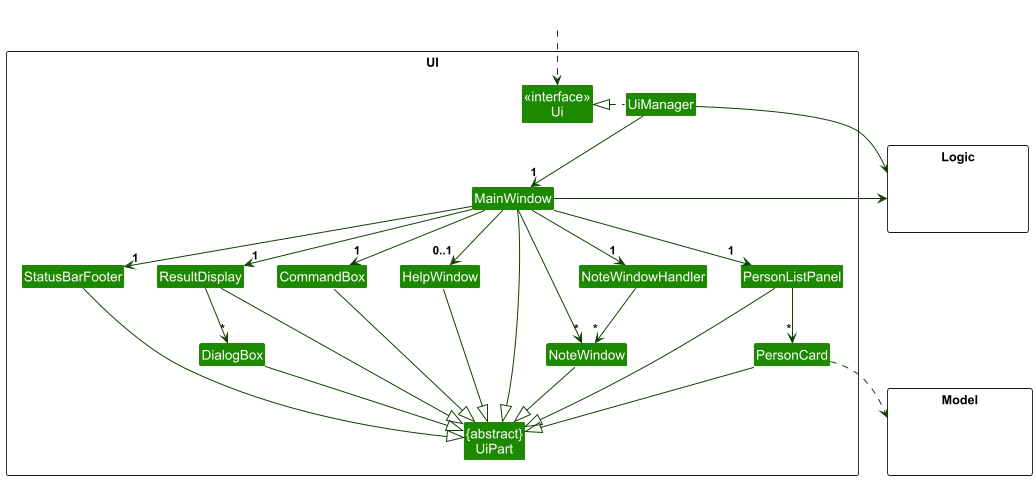
Earlier version of the PlantUML export docs/images/UiClassDiagram.png (AY2425S2-CS2103T-W13-1/tp).
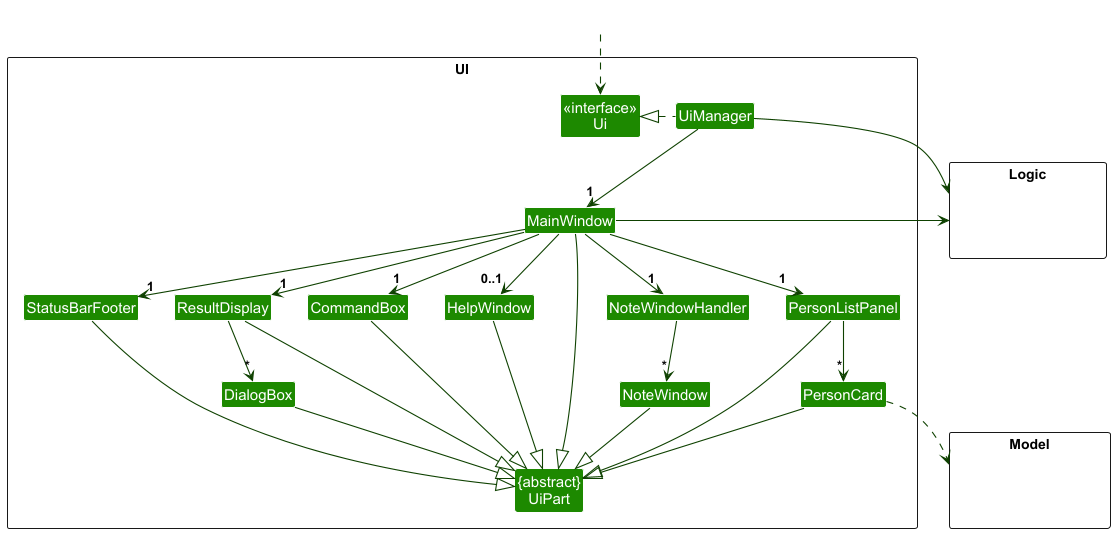
After the commit.

What changed in the source:
```diff
@@ -37,7 +37,6 @@
 MainWindow -down-> "1" ResultDisplay
 MainWindow -down-> "1" StatusBarFooter
 MainWindow --> "0..1" HelpWindow
-MainWindow -down-> "*" NoteWindow
 MainWindow -down-> "1" NoteWindowHandler
 NoteWindowHandler -down-> "*" NoteWindow
 ResultDisplay -down-> "*" DialogBox
```
